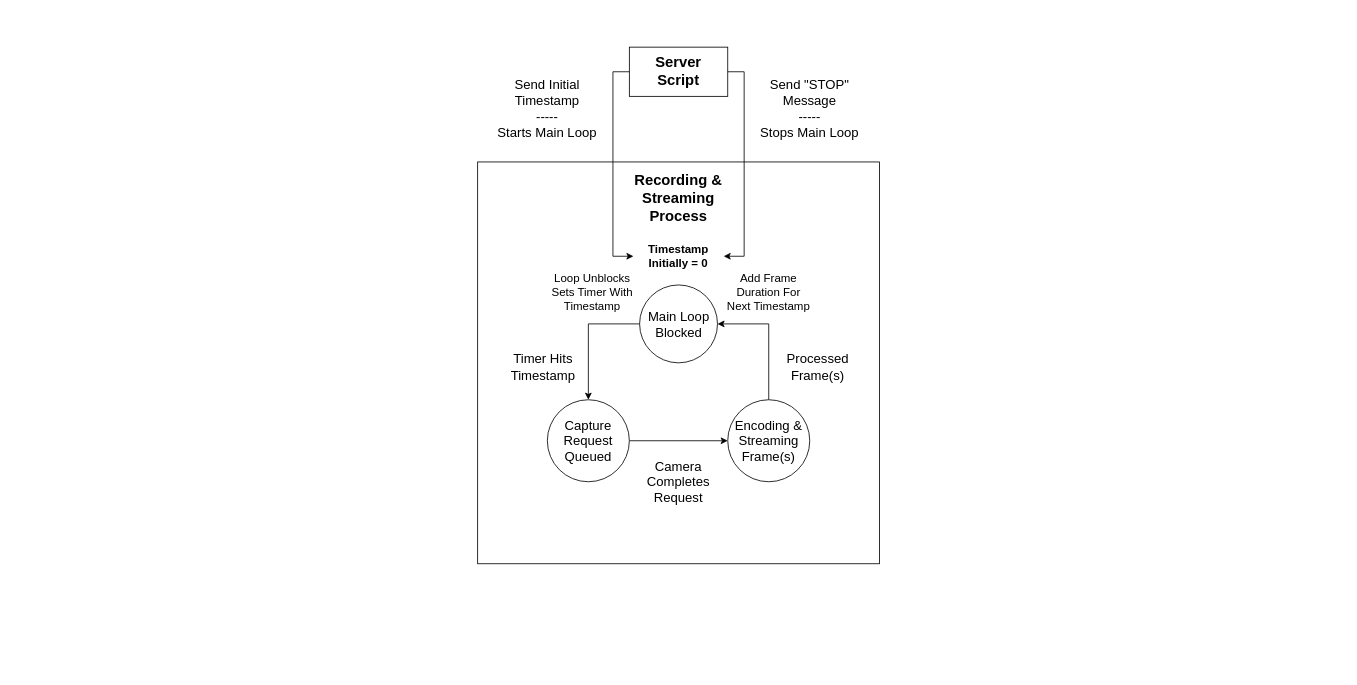
The draw.io diagram assets/architecture_diagram.drawio in AlecFessler/mocap-toolkit, before the edit. Source tidied: cells renumbered, new cells numbered last; positions are measured from the earlier drawing's top-left corner, leaving out a move shared by most shapes. Both pictures are drawn from the tidied source at 82%, with x=0, y=0 at pixel (477, 47).
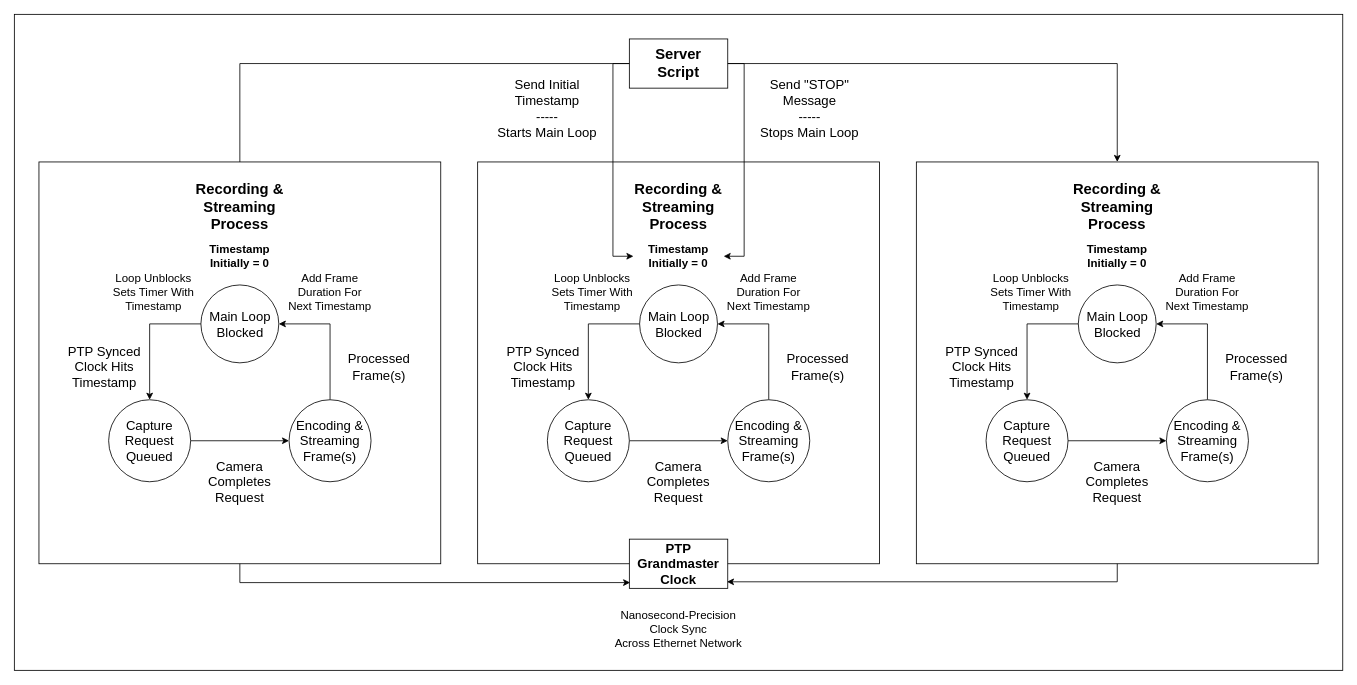
The same page after the edit.

Unchanged cells that the change refers to:
```xml
<mxCell id="13" value="&lt;font style=&quot;font-size: 14px;&quot;&gt;&lt;b style=&quot;&quot;&gt;Timestamp&lt;/b&gt;&lt;/font&gt;&lt;div&gt;&lt;font style=&quot;font-size: 14px;&quot;&gt;&lt;b style=&quot;&quot;&gt;Initially = 0&lt;/b&gt;&lt;/font&gt;&lt;/div&gt;" style="text;html=1;align=center;verticalAlign=middle;whiteSpace=wrap;rounded=0;" parent="1" vertex="1">
  <mxGeometry x="190" y="220" width="110" height="70" as="geometry" />
</mxCell>
```

Diff of the diagram source:
```diff
@@
+    <mxCell id="21" style="rounded=0;whiteSpace=wrap;html=1;" parent="1" vertex="1">
+      <mxGeometry x="-565" y="-40" width="1620" height="800" as="geometry" />
+    </mxCell>
+    <mxCell id="22" style="edgeStyle=orthogonalEdgeStyle;rounded=0;jettySize=auto;html=1;entryX=0.5;entryY=0;entryDx=0;entryDy=0;" parent="1" edge="1" source="2">
+      <mxGeometry relative="1" as="geometry">
+        <mxPoint x="-290" y="200" as="targetPoint" />
+        <Array as="points">
+          <mxPoint x="-290" y="20" />
+        </Array>
+      </mxGeometry>
+    </mxCell>
+    <mxCell id="23" style="edgeStyle=orthogonalEdgeStyle;rounded=0;jettySize=auto;html=1;entryX=0.5;entryY=0;entryDx=0;entryDy=0;" parent="1" edge="1" source="2" target="24">
+      <mxGeometry relative="1" as="geometry" />
+    </mxCell>
     <mxCell id="2" value="&lt;font style=&quot;font-size: 18px;&quot;&gt;&lt;b&gt;Server&lt;/b&gt;&lt;/font&gt;&lt;div&gt;&lt;font style=&quot;font-size: 18px;&quot;&gt;&lt;b&gt;Script&lt;/b&gt;&lt;/font&gt;&lt;/div&gt;" style="whiteSpace=wrap;html=1;" parent="1" vertex="1">
-      <mxGeometry x="185" width="120" height="60" as="geometry" />
+      <mxGeometry x="185" y="-10" width="120" height="60" as="geometry" />
     </mxCell>
@@
-    <mxCell id="10" value="&lt;font size=&quot;3&quot;&gt;Timer Hits&lt;/font&gt;&lt;div&gt;&lt;font size=&quot;3&quot;&gt;Timestamp&lt;/font&gt;&lt;/div&gt;" style="text;html=1;align=center;verticalAlign=middle;whiteSpace=wrap;rounded=0;" parent="1" vertex="1">
+    <mxCell id="10" value="&lt;font size=&quot;3&quot;&gt;PTP Synced Clock Hits&lt;/font&gt;&lt;div&gt;&lt;font size=&quot;3&quot;&gt;Timestamp&lt;/font&gt;&lt;/div&gt;" style="text;html=1;align=center;verticalAlign=middle;whiteSpace=wrap;rounded=0;" parent="1" vertex="1">
       <mxGeometry x="25" y="370" width="110" height="40" as="geometry" />
     </mxCell>
@@
     <mxCell id="14" value="&lt;font style=&quot;font-size: 18px;&quot;&gt;&lt;b&gt;Recording &amp;amp;&lt;/b&gt;&lt;/font&gt;&lt;div&gt;&lt;font style=&quot;font-size: 18px;&quot;&gt;&lt;b&gt;Streaming&lt;br&gt;Process&lt;/b&gt;&lt;/font&gt;&lt;/div&gt;" style="text;html=1;align=center;verticalAlign=middle;whiteSpace=wrap;rounded=0;" parent="1" vertex="1">
-      <mxGeometry x="180" y="150" width="130" height="70" as="geometry" />
+      <mxGeometry x="180" y="160" width="130" height="70" as="geometry" />
     </mxCell>
     <mxCell id="15" style="edgeStyle=orthogonalEdgeStyle;rounded=0;jettySize=auto;html=1;exitX=0;exitY=0.5;exitDx=0;exitDy=0;entryX=0;entryY=0.5;entryDx=0;entryDy=0;" parent="1" edge="1" source="2" target="13">
-      <mxGeometry relative="1" as="geometry" />
+      <mxGeometry relative="1" as="geometry">
+        <Array as="points">
+          <mxPoint x="165" y="20" />
+          <mxPoint x="165" y="255" />
+        </Array>
+      </mxGeometry>
     </mxCell>
     <mxCell id="16" style="edgeStyle=orthogonalEdgeStyle;rounded=0;jettySize=auto;html=1;exitX=1;exitY=0.5;exitDx=0;exitDy=0;entryX=1;entryY=0.5;entryDx=0;entryDy=0;" parent="1" edge="1" source="2" target="13">
-      <mxGeometry relative="1" as="geometry" />
+      <mxGeometry relative="1" as="geometry">
+        <Array as="points">
+          <mxPoint x="325" y="20" />
+          <mxPoint x="325" y="255" />
+        </Array>
+      </mxGeometry>
     </mxCell>
@@
+    <mxCell id="24" style="whiteSpace=wrap;html=1;" parent="1" vertex="1">
+      <mxGeometry x="535" y="140" width="490" height="490" as="geometry" />
+    </mxCell>
+    <mxCell id="25" style="edgeStyle=orthogonalEdgeStyle;rounded=0;jettySize=auto;html=1;exitX=0;exitY=0.5;exitDx=0;exitDy=0;entryX=0.5;entryY=0;entryDx=0;entryDy=0;" parent="1" edge="1" source="26" target="30">
+      <mxGeometry relative="1" as="geometry" />
+    </mxCell>
+    <mxCell id="26" value="&lt;font size=&quot;3&quot;&gt;Main Loop&lt;/font&gt;&lt;div&gt;&lt;font size=&quot;3&quot;&gt;Blocked&lt;/font&gt;&lt;/div&gt;" style="ellipse;whiteSpace=wrap;html=1;" parent="1" vertex="1">
+      <mxGeometry x="732.5" y="290" width="95" height="95" as="geometry" />
+    </mxCell>
+    <mxCell id="27" style="edgeStyle=orthogonalEdgeStyle;rounded=0;jettySize=auto;html=1;exitX=0.5;exitY=0;exitDx=0;exitDy=0;entryX=1;entryY=0.5;entryDx=0;entryDy=0;" parent="1" edge="1" source="28" target="26">
+      <mxGeometry relative="1" as="geometry" />
+    </mxCell>
+    <mxCell id="28" value="&lt;font size=&quot;3&quot;&gt;Encoding &amp;amp;&lt;/font&gt;&lt;div&gt;&lt;font size=&quot;3&quot;&gt;Streaming&lt;/font&gt;&lt;/div&gt;&lt;div&gt;&lt;font size=&quot;3&quot;&gt;Frame(s)&lt;/font&gt;&lt;/div&gt;" style="ellipse;whiteSpace=wrap;html=1;" parent="1" vertex="1">
+      <mxGeometry x="840" y="430" width="100" height="100" as="geometry" />
+    </mxCell>
+    <mxCell id="29" style="edgeStyle=orthogonalEdgeStyle;rounded=0;jettySize=auto;html=1;exitX=1;exitY=0.5;exitDx=0;exitDy=0;entryX=0;entryY=0.5;entryDx=0;entryDy=0;" parent="1" edge="1" source="30" target="28">
+      <mxGeometry relative="1" as="geometry" />
+    </mxCell>
+    <mxCell id="30" value="&lt;font size=&quot;3&quot;&gt;Capture&lt;/font&gt;&lt;div&gt;&lt;font size=&quot;3&quot;&gt;Request&lt;/font&gt;&lt;/div&gt;&lt;div&gt;&lt;font size=&quot;3&quot;&gt;Queued&lt;/font&gt;&lt;/div&gt;" style="ellipse;whiteSpace=wrap;html=1;" parent="1" vertex="1">
+      <mxGeometry x="620" y="430" width="100" height="100" as="geometry" />
+    </mxCell>
+    <mxCell id="31" value="&lt;font size=&quot;3&quot;&gt;PTP Synced Clock Hits Timestamp&lt;/font&gt;" style="text;html=1;align=center;verticalAlign=middle;whiteSpace=wrap;rounded=0;" parent="1" vertex="1">
+      <mxGeometry x="560" y="370" width="110" height="40" as="geometry" />
+    </mxCell>
+    <mxCell id="32" value="&lt;font size=&quot;3&quot;&gt;Camera&lt;/font&gt;&lt;div&gt;&lt;font size=&quot;3&quot;&gt;Completes&lt;br&gt;Request&lt;/font&gt;&lt;/div&gt;" style="text;html=1;align=center;verticalAlign=middle;whiteSpace=wrap;rounded=0;" parent="1" vertex="1">
+      <mxGeometry x="735" y="500" width="90" height="60" as="geometry" />
+    </mxCell>
+    <mxCell id="33" value="&lt;font size=&quot;3&quot;&gt;Processed&lt;/font&gt;&lt;div&gt;&lt;font size=&quot;3&quot;&gt;Frame(s)&lt;/font&gt;&lt;/div&gt;" style="text;html=1;align=center;verticalAlign=middle;whiteSpace=wrap;rounded=0;" parent="1" vertex="1">
+      <mxGeometry x="890" y="370" width="120" height="40" as="geometry" />
+    </mxCell>
+    <mxCell id="34" value="&lt;font style=&quot;font-size: 14px;&quot;&gt;&lt;b style=&quot;&quot;&gt;Timestamp&lt;/b&gt;&lt;/font&gt;&lt;div&gt;&lt;font style=&quot;font-size: 14px;&quot;&gt;&lt;b style=&quot;&quot;&gt;Initially = 0&lt;/b&gt;&lt;/font&gt;&lt;/div&gt;" style="text;html=1;align=center;verticalAlign=middle;whiteSpace=wrap;rounded=0;" parent="1" vertex="1">
+      <mxGeometry x="725" y="220" width="110" height="70" as="geometry" />
+    </mxCell>
+    <mxCell id="35" value="&lt;font style=&quot;font-size: 18px;&quot;&gt;&lt;b&gt;Recording &amp;amp;&lt;/b&gt;&lt;/font&gt;&lt;div&gt;&lt;font style=&quot;font-size: 18px;&quot;&gt;&lt;b&gt;Streaming&lt;br&gt;Process&lt;/b&gt;&lt;/font&gt;&lt;/div&gt;" style="text;html=1;align=center;verticalAlign=middle;whiteSpace=wrap;rounded=0;" parent="1" vertex="1">
+      <mxGeometry x="715" y="160" width="130" height="70" as="geometry" />
+    </mxCell>
+    <mxCell id="36" value="&lt;span style=&quot;font-size: 14px;&quot;&gt;Add Frame Duration For&lt;/span&gt;&lt;div&gt;&lt;span style=&quot;font-size: 14px;&quot;&gt;Next Timestamp&lt;/span&gt;&lt;/div&gt;" style="text;html=1;align=center;verticalAlign=middle;whiteSpace=wrap;rounded=0;" parent="1" vertex="1">
+      <mxGeometry x="830" y="280" width="120" height="37.5" as="geometry" />
+    </mxCell>
+    <mxCell id="37" value="&lt;span style=&quot;font-size: 14px;&quot;&gt;Loop Unblocks&lt;/span&gt;&lt;div&gt;&lt;span style=&quot;font-size: 14px;&quot;&gt;Sets Timer With&lt;/span&gt;&lt;/div&gt;&lt;div&gt;&lt;span style=&quot;font-size: 14px;&quot;&gt;Timestamp&lt;/span&gt;&lt;/div&gt;" style="text;html=1;align=center;verticalAlign=middle;whiteSpace=wrap;rounded=0;" parent="1" vertex="1">
+      <mxGeometry x="620" y="263.8" width="110" height="70" as="geometry" />
+    </mxCell>
+    <mxCell id="38" style="whiteSpace=wrap;html=1;" parent="1" vertex="1">
+      <mxGeometry x="-535" y="140" width="490" height="490" as="geometry" />
+    </mxCell>
+    <mxCell id="39" style="edgeStyle=orthogonalEdgeStyle;rounded=0;jettySize=auto;html=1;exitX=0;exitY=0.5;exitDx=0;exitDy=0;entryX=0.5;entryY=0;entryDx=0;entryDy=0;" parent="1" edge="1" source="40" target="44">
+      <mxGeometry relative="1" as="geometry" />
+    </mxCell>
+    <mxCell id="40" value="&lt;font size=&quot;3&quot;&gt;Main Loop&lt;/font&gt;&lt;div&gt;&lt;font size=&quot;3&quot;&gt;Blocked&lt;/font&gt;&lt;/div&gt;" style="ellipse;whiteSpace=wrap;html=1;" parent="1" vertex="1">
+      <mxGeometry x="-337.5" y="290" width="95" height="95" as="geometry" />
+    </mxCell>
+    <mxCell id="41" style="edgeStyle=orthogonalEdgeStyle;rounded=0;jettySize=auto;html=1;exitX=0.5;exitY=0;exitDx=0;exitDy=0;entryX=1;entryY=0.5;entryDx=0;entryDy=0;" parent="1" edge="1" source="42" target="40">
+      <mxGeometry relative="1" as="geometry" />
+    </mxCell>
+    <mxCell id="42" value="&lt;font size=&quot;3&quot;&gt;Encoding &amp;amp;&lt;/font&gt;&lt;div&gt;&lt;font size=&quot;3&quot;&gt;Streaming&lt;/font&gt;&lt;/div&gt;&lt;div&gt;&lt;font size=&quot;3&quot;&gt;Frame(s)&lt;/font&gt;&lt;/div&gt;" style="ellipse;whiteSpace=wrap;html=1;" parent="1" vertex="1">
+      <mxGeometry x="-230" y="430" width="100" height="100" as="geometry" />
+    </mxCell>
+    <mxCell id="43" style="edgeStyle=orthogonalEdgeStyle;rounded=0;jettySize=auto;html=1;exitX=1;exitY=0.5;exitDx=0;exitDy=0;entryX=0;entryY=0.5;entryDx=0;entryDy=0;" parent="1" edge="1" source="44" target="42">
+      <mxGeometry relative="1" as="geometry" />
+    </mxCell>
+    <mxCell id="44" value="&lt;font size=&quot;3&quot;&gt;Capture&lt;/font&gt;&lt;div&gt;&lt;font size=&quot;3&quot;&gt;Request&lt;/font&gt;&lt;/div&gt;&lt;div&gt;&lt;font size=&quot;3&quot;&gt;Queued&lt;/font&gt;&lt;/div&gt;" style="ellipse;whiteSpace=wrap;html=1;" parent="1" vertex="1">
+      <mxGeometry x="-450" y="430" width="100" height="100" as="geometry" />
+    </mxCell>
+    <mxCell id="45" value="&lt;font size=&quot;3&quot;&gt;PTP Synced Clock Hits Timestamp&lt;/font&gt;" style="text;html=1;align=center;verticalAlign=middle;whiteSpace=wrap;rounded=0;" parent="1" vertex="1">
+      <mxGeometry x="-510" y="370" width="110" height="40" as="geometry" />
+    </mxCell>
+    <mxCell id="46" value="&lt;font size=&quot;3&quot;&gt;Camera&lt;/font&gt;&lt;div&gt;&lt;font size=&quot;3&quot;&gt;Completes&lt;br&gt;Request&lt;/font&gt;&lt;/div&gt;" style="text;html=1;align=center;verticalAlign=middle;whiteSpace=wrap;rounded=0;" parent="1" vertex="1">
+      <mxGeometry x="-335" y="500" width="90" height="60" as="geometry" />
+    </mxCell>
+    <mxCell id="47" value="&lt;font size=&quot;3&quot;&gt;Processed&lt;/font&gt;&lt;div&gt;&lt;font size=&quot;3&quot;&gt;Frame(s)&lt;/font&gt;&lt;/div&gt;" style="text;html=1;align=center;verticalAlign=middle;whiteSpace=wrap;rounded=0;" parent="1" vertex="1">
+      <mxGeometry x="-180" y="370" width="120" height="40" as="geometry" />
+    </mxCell>
+    <mxCell id="48" value="&lt;font style=&quot;font-size: 14px;&quot;&gt;&lt;b style=&quot;&quot;&gt;Timestamp&lt;/b&gt;&lt;/font&gt;&lt;div&gt;&lt;font style=&quot;font-size: 14px;&quot;&gt;&lt;b style=&quot;&quot;&gt;Initially = 0&lt;/b&gt;&lt;/font&gt;&lt;/div&gt;" style="text;html=1;align=center;verticalAlign=middle;whiteSpace=wrap;rounded=0;" parent="1" vertex="1">
+      <mxGeometry x="-345" y="220" width="110" height="70" as="geometry" />
+    </mxCell>
+    <mxCell id="49" value="&lt;font style=&quot;font-size: 18px;&quot;&gt;&lt;b&gt;Recording &amp;amp;&lt;/b&gt;&lt;/font&gt;&lt;div&gt;&lt;font style=&quot;font-size: 18px;&quot;&gt;&lt;b&gt;Streaming&lt;br&gt;Process&lt;/b&gt;&lt;/font&gt;&lt;/div&gt;" style="text;html=1;align=center;verticalAlign=middle;whiteSpace=wrap;rounded=0;" parent="1" vertex="1">
+      <mxGeometry x="-355" y="160" width="130" height="70" as="geometry" />
+    </mxCell>
+    <mxCell id="50" value="&lt;span style=&quot;font-size: 14px;&quot;&gt;Add Frame Duration For&lt;/span&gt;&lt;div&gt;&lt;span style=&quot;font-size: 14px;&quot;&gt;Next Timestamp&lt;/span&gt;&lt;/div&gt;" style="text;html=1;align=center;verticalAlign=middle;whiteSpace=wrap;rounded=0;" parent="1" vertex="1">
+      <mxGeometry x="-240" y="280" width="120" height="37.5" as="geometry" />
+    </mxCell>
+    <mxCell id="51" value="&lt;span style=&quot;font-size: 14px;&quot;&gt;Loop Unblocks&lt;/span&gt;&lt;div&gt;&lt;span style=&quot;font-size: 14px;&quot;&gt;Sets Timer With&lt;/span&gt;&lt;/div&gt;&lt;div&gt;&lt;span style=&quot;font-size: 14px;&quot;&gt;Timestamp&lt;/span&gt;&lt;/div&gt;" style="text;html=1;align=center;verticalAlign=middle;whiteSpace=wrap;rounded=0;" parent="1" vertex="1">
+      <mxGeometry x="-450" y="263.8" width="110" height="70" as="geometry" />
+    </mxCell>
+    <mxCell id="52" value="&lt;font size=&quot;3&quot;&gt;&lt;b&gt;PTP&lt;br&gt;Grandmaster&lt;/b&gt;&lt;/font&gt;&lt;div&gt;&lt;font size=&quot;3&quot;&gt;&lt;b&gt;Clock&lt;/b&gt;&lt;/font&gt;&lt;/div&gt;" style="rounded=0;whiteSpace=wrap;html=1;" parent="1" vertex="1">
+      <mxGeometry x="185" y="600" width="120" height="60" as="geometry" />
+    </mxCell>
+    <mxCell id="53" value="&lt;font style=&quot;font-size: 14px;&quot;&gt;Nanosecond-Precision Clock Sync&lt;/font&gt;&lt;div&gt;&lt;font style=&quot;font-size: 14px;&quot;&gt;Across Ethernet Network&lt;/font&gt;&lt;/div&gt;" style="text;html=1;align=center;verticalAlign=middle;whiteSpace=wrap;rounded=0;" parent="1" vertex="1">
+      <mxGeometry x="165" y="660" width="160" height="100" as="geometry" />
+    </mxCell>
+    <mxCell id="54" style="edgeStyle=orthogonalEdgeStyle;rounded=0;jettySize=auto;html=1;exitX=0.5;exitY=1;exitDx=0;exitDy=0;entryX=0.992;entryY=0.867;entryDx=0;entryDy=0;entryPerimeter=0;" parent="1" edge="1" source="24" target="52">
+      <mxGeometry relative="1" as="geometry" />
+    </mxCell>
+    <mxCell id="55" style="edgeStyle=orthogonalEdgeStyle;rounded=0;jettySize=auto;html=1;exitX=0.5;exitY=1;exitDx=0;exitDy=0;entryX=0.008;entryY=0.883;entryDx=0;entryDy=0;entryPerimeter=0;" parent="1" edge="1" source="38" target="52">
+      <mxGeometry relative="1" as="geometry" />
+    </mxCell>
```
